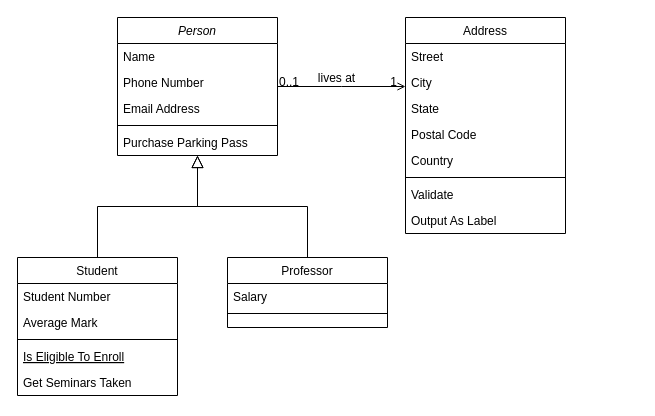
donne12/cac40-data-insight keeps this draw.io diagram as Diagramme de classes JobIZ.drawio. Above is the earlier version. Source tidied: cells renumbered, new cells numbered last; positions are measured from the earlier drawing's top-left corner, leaving out a move shared by most shapes. Both pictures are drawn from the tidied source at 100%, with x=0, y=0 at pixel (17, 17).
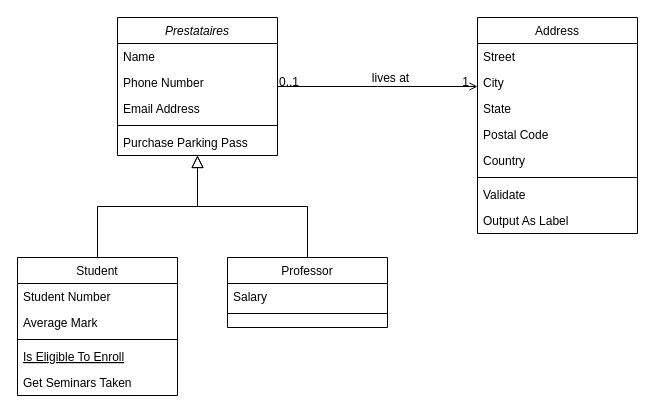
The same diagram, later.

Diff of the diagram source:
```diff
@@
-    <mxCell id="2" value="Person" style="swimlane;fontStyle=2;align=center;verticalAlign=top;horizontal=1;startSize=26;rounded=0;shadow=0;strokeWidth=1;" parent="1" vertex="1">
+    <mxCell id="2" value="Prestataires" style="swimlane;fontStyle=2;align=center;verticalAlign=top;horizontal=1;startSize=26;rounded=0;shadow=0;strokeWidth=1;" parent="1" vertex="1">
       <mxGeometry x="100" width="160" height="138" as="geometry" />
     </mxCell>
@@
     <mxCell id="19" value="Address" style="swimlane;fontStyle=0;align=center;verticalAlign=top;horizontal=1;startSize=26;rounded=0;shadow=0;strokeWidth=1;" parent="1" vertex="1">
-      <mxGeometry x="388" width="160" height="216" as="geometry" />
+      <mxGeometry x="460" width="160" height="216" as="geometry" />
     </mxCell>
```
